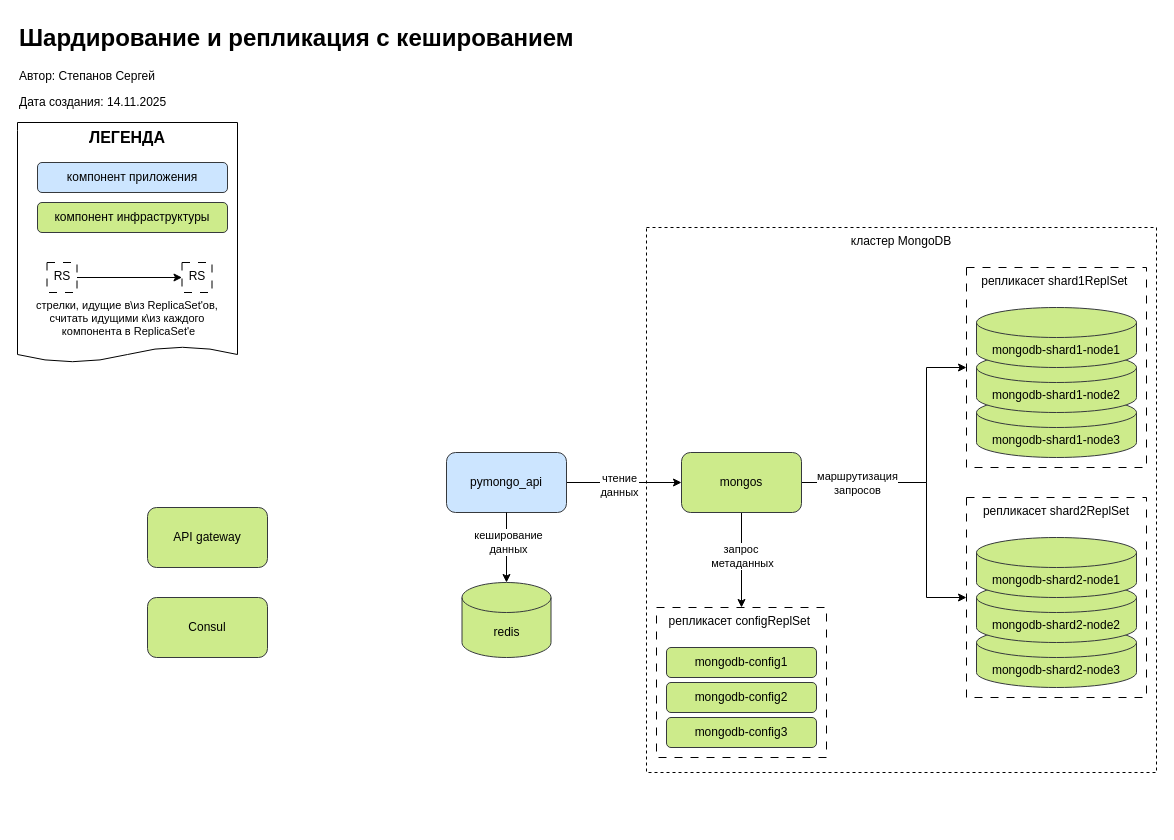
The draw.io diagram page "api_gateway" (4 of 5) of bf_sharding.drawio in MorKaragh/drawings, before the edit. Source tidied: cells renumbered, new cells numbered last; positions are measured from the earlier drawing's top-left corner, leaving out a move shared by most shapes. Both pictures are drawn from the tidied source at 100%, with x=0, y=0 at pixel (17, 17).
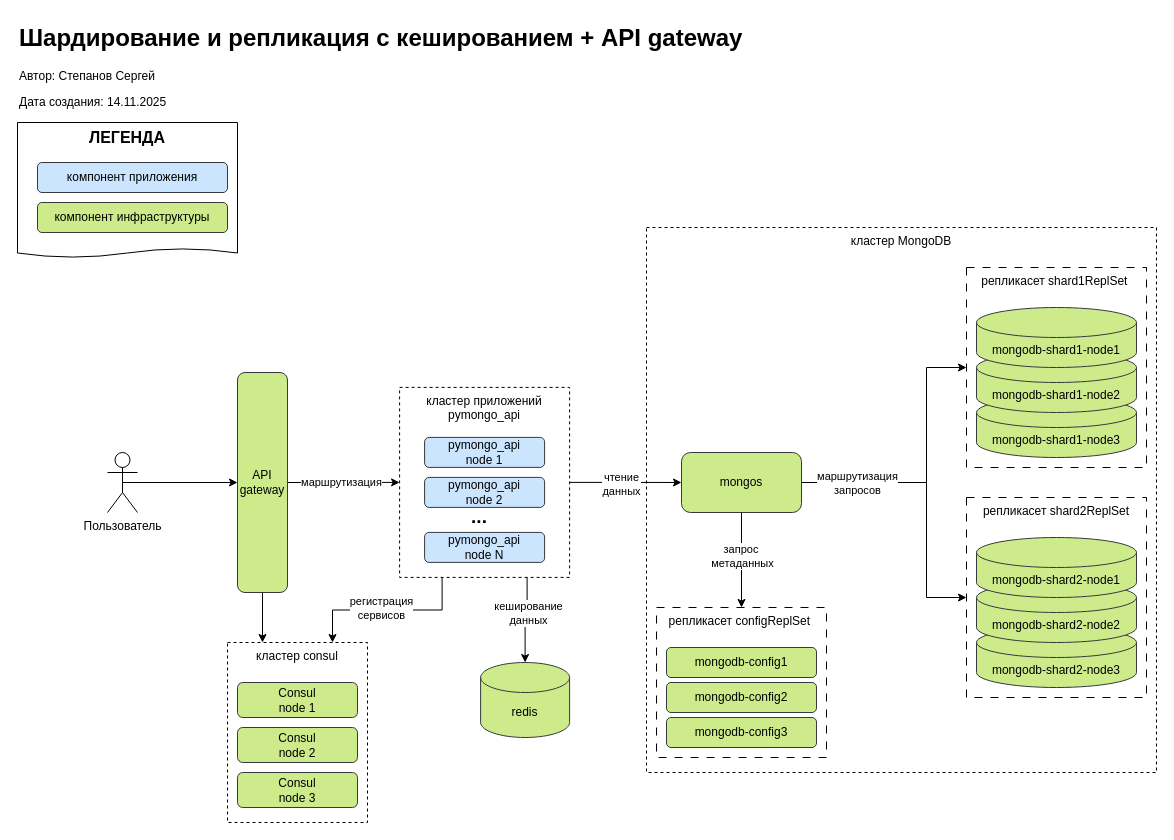
The same diagram, later.

Unchanged cells that the change refers to:
```xml
<mxCell id="22" value="mongos" style="rounded=1;whiteSpace=wrap;html=1;fillColor=#cdeb8b;strokeColor=#36393d;" parent="1" vertex="1">
  <mxGeometry x="664" y="435" width="120" height="60" as="geometry" />
</mxCell>
```

What changed in the source:
```diff
@@
+    <mxCell id="38" value="кластер consul" style="rounded=0;whiteSpace=wrap;html=1;verticalAlign=top;dashed=1;" parent="1" vertex="1">
+      <mxGeometry x="210" y="625" width="140" height="180" as="geometry" />
+    </mxCell>
+    <mxCell id="39" style="edgeStyle=orthogonalEdgeStyle;rounded=0;jettySize=auto;html=1;exitX=0.25;exitY=1;exitDx=0;exitDy=0;entryX=0.75;entryY=0;entryDx=0;entryDy=0;" parent="1" edge="1" source="41" target="38">
+      <mxGeometry relative="1" as="geometry" />
+    </mxCell>
+    <mxCell id="40" value="регистрация&lt;div&gt;сервисов&lt;/div&gt;" style="edgeLabel;html=1;align=center;verticalAlign=middle;" parent="39" vertex="1">
+      <mxGeometry x="0.08" y="-2" relative="1" as="geometry" />
+    </mxCell>
+    <mxCell id="41" value="кластер приложений pymongo_api" style="rounded=0;whiteSpace=wrap;html=1;verticalAlign=top;dashed=1;" parent="1" vertex="1">
+      <mxGeometry x="382.1" y="369.9" width="170" height="190" as="geometry" />
+    </mxCell>
@@
-    <mxCell id="3" style="edgeStyle=orthogonalEdgeStyle;rounded=0;jettySize=auto;html=1;exitX=1;exitY=0.5;exitDx=0;exitDy=0;entryX=0;entryY=0.5;entryDx=0;entryDy=0;" parent="1" edge="1" source="5" target="22">
+    <mxCell id="3" style="edgeStyle=orthogonalEdgeStyle;rounded=0;jettySize=auto;html=1;exitX=1;exitY=0.5;exitDx=0;exitDy=0;entryX=0;entryY=0.5;entryDx=0;entryDy=0;" parent="1" edge="1" source="41" target="22">
       <mxGeometry relative="1" as="geometry" />
     </mxCell>
@@
-    <mxCell id="5" value="pymongo_api" style="rounded=1;whiteSpace=wrap;html=1;fillColor=#cce5ff;strokeColor=#36393d;" parent="1" vertex="1">
-      <mxGeometry x="429" y="435" width="120" height="60" as="geometry" />
+    <mxCell id="5" value="pymongo_api&lt;div&gt;node 2&lt;/div&gt;" style="rounded=1;whiteSpace=wrap;html=1;fillColor=#cce5ff;strokeColor=#36393d;" parent="1" vertex="1">
+      <mxGeometry x="407.1" y="459.9" width="120" height="30" as="geometry" />
     </mxCell>
@@
     <mxCell id="24" value="redis" style="shape=cylinder3;whiteSpace=wrap;html=1;boundedLbl=1;backgroundOutline=1;size=15;fillColor=#cdeb8b;strokeColor=#36393d;" parent="1" vertex="1">
-      <mxGeometry x="444.5" y="565" width="89" height="75" as="geometry" />
+      <mxGeometry x="463.1" y="645" width="89" height="75" as="geometry" />
     </mxCell>
-    <mxCell id="25" style="edgeStyle=orthogonalEdgeStyle;rounded=0;jettySize=auto;html=1;exitX=0.5;exitY=1;exitDx=0;exitDy=0;entryX=0.5;entryY=0;entryDx=0;entryDy=0;entryPerimeter=0;" parent="1" edge="1" source="5" target="24">
+    <mxCell id="25" style="edgeStyle=orthogonalEdgeStyle;rounded=0;jettySize=auto;html=1;exitX=0.75;exitY=1;exitDx=0;exitDy=0;entryX=0.5;entryY=0;entryDx=0;entryDy=0;entryPerimeter=0;" parent="1" edge="1" source="41" target="24">
       <mxGeometry relative="1" as="geometry" />
     </mxCell>
@@
-    <mxCell id="27" value="&lt;h1 style=&quot;margin-top: 0px;&quot;&gt;Шардирование и репликация с кешированием&lt;/h1&gt;&lt;p&gt;Автор: Степанов Сергей&lt;/p&gt;&lt;p&gt;Дата создания: 14.11.2025&lt;/p&gt;" style="text;html=1;whiteSpace=wrap;overflow=hidden;rounded=0;" parent="1" vertex="1">
-      <mxGeometry width="570" height="120" as="geometry" />
+    <mxCell id="27" value="&lt;h1 style=&quot;margin-top: 0px;&quot;&gt;Шардирование и репликация с кешированием + API gateway&lt;/h1&gt;&lt;p&gt;Автор: Степанов Сергей&lt;/p&gt;&lt;p&gt;Дата создания: 14.11.2025&lt;/p&gt;" style="text;html=1;whiteSpace=wrap;overflow=hidden;rounded=0;" parent="1" vertex="1">
+      <mxGeometry width="740" height="120" as="geometry" />
     </mxCell>
     <mxCell id="28" style="shape=document;whiteSpace=wrap;html=1;boundedLbl=1;size=0.06666666666666667;" parent="1" vertex="1">
-      <mxGeometry y="105" width="220" height="240" as="geometry" />
+      <mxGeometry y="105" width="220" height="135" as="geometry" />
     </mxCell>
@@
+    <mxCell id="42" style="edgeStyle=orthogonalEdgeStyle;rounded=0;jettySize=auto;html=1;exitX=1;exitY=0.5;exitDx=0;exitDy=0;entryX=0;entryY=0.5;entryDx=0;entryDy=0;" parent="1" edge="1" source="32" target="41">
+      <mxGeometry relative="1" as="geometry" />
+    </mxCell>
+    <mxCell id="43" value="маршрутизация" style="edgeLabel;html=1;align=center;verticalAlign=middle;" parent="42" vertex="1">
+      <mxGeometry x="-0.05" y="1" relative="1" as="geometry" />
+    </mxCell>
+    <mxCell id="44" style="edgeStyle=orthogonalEdgeStyle;rounded=0;jettySize=auto;html=1;exitX=0.5;exitY=1;exitDx=0;exitDy=0;entryX=0.25;entryY=0;entryDx=0;entryDy=0;" parent="1" edge="1" source="32" target="38">
+      <mxGeometry relative="1" as="geometry" />
+    </mxCell>
     <mxCell id="32" value="API gateway" style="rounded=1;whiteSpace=wrap;html=1;fillColor=#cdeb8b;strokeColor=#36393d;" parent="1" vertex="1">
-      <mxGeometry x="130" y="490" width="120" height="60" as="geometry" />
+      <mxGeometry x="220" y="355" width="50" height="220" as="geometry" />
     </mxCell>
-    <mxCell id="33" value="Consul" style="rounded=1;whiteSpace=wrap;html=1;fillColor=#cdeb8b;strokeColor=#36393d;" parent="1" vertex="1">
-      <mxGeometry x="130" y="580" width="120" height="60" as="geometry" />
+    <mxCell id="33" value="Consul&lt;div&gt;node 1&lt;/div&gt;" style="rounded=1;whiteSpace=wrap;html=1;fillColor=#cdeb8b;strokeColor=#36393d;" parent="1" vertex="1">
+      <mxGeometry x="220" y="665" width="120" height="35" as="geometry" />
     </mxCell>
-    <mxCell id="34" style="edgeStyle=orthogonalEdgeStyle;rounded=0;jettySize=auto;html=1;exitX=1;exitY=0.5;exitDx=0;exitDy=0;entryX=0;entryY=0.5;entryDx=0;entryDy=0;" parent="1" edge="1" source="36" target="37">
-      <mxGeometry relative="1" as="geometry" />
-    </mxCell>
-    <mxCell id="35" value="стрелки,&amp;nbsp;&lt;span style=&quot;background-color: light-dark(#ffffff, var(--ge-dark-color, #121212)); color: light-dark(rgb(0, 0, 0), rgb(255, 255, 255));&quot;&gt;идущие в\из ReplicaSet'ов,&amp;nbsp;&lt;/span&gt;&lt;div&gt;&lt;span style=&quot;background-color: light-dark(#ffffff, var(--ge-dark-color, #121212)); color: light-dark(rgb(0, 0, 0), rgb(255, 255, 255));&quot;&gt;считать идущими к\из каждого&amp;nbsp;&lt;/span&gt;&lt;/div&gt;&lt;div&gt;&lt;span style=&quot;background-color: light-dark(#ffffff, var(--ge-dark-color, #121212)); color: light-dark(rgb(0, 0, 0), rgb(255, 255, 255));&quot;&gt;компонента в ReplicaSet'е&lt;/span&gt;&lt;/div&gt;" style="edgeLabel;html=1;align=center;verticalAlign=middle;" parent="34" vertex="1">
-      <mxGeometry x="-0.09" y="-2" relative="1" as="geometry">
-        <mxPoint x="3" y="38" as="offset" />
-      </mxGeometry>
-    </mxCell>
-    <mxCell id="36" value="RS" style="rounded=0;whiteSpace=wrap;html=1;verticalAlign=top;dashed=1;dashPattern=8 8;" parent="1" vertex="1">
-      <mxGeometry x="29.5" y="245" width="30" height="30" as="geometry" />
-    </mxCell>
-    <mxCell id="37" value="RS" style="rounded=0;whiteSpace=wrap;html=1;verticalAlign=top;dashed=1;dashPattern=8 8;" parent="1" vertex="1">
-      <mxGeometry x="164.5" y="245" width="30" height="30" as="geometry" />
-    </mxCell>
+    <mxCell id="45" value="pymongo_api&lt;div&gt;node 1&lt;/div&gt;" style="rounded=1;whiteSpace=wrap;html=1;fillColor=#cce5ff;strokeColor=#36393d;" parent="1" vertex="1">
+      <mxGeometry x="407.1" y="419.9" width="120" height="30" as="geometry" />
+    </mxCell>
+    <mxCell id="46" value="pymongo_api&lt;div&gt;node N&lt;/div&gt;" style="rounded=1;whiteSpace=wrap;html=1;fillColor=#cce5ff;strokeColor=#36393d;" parent="1" vertex="1">
+      <mxGeometry x="407.1" y="514.9" width="120" height="30" as="geometry" />
+    </mxCell>
+    <mxCell id="47" value="&lt;font style=&quot;font-size: 19px;&quot;&gt;...&lt;/font&gt;" style="text;html=1;whiteSpace=wrap;strokeColor=none;fillColor=none;align=center;verticalAlign=middle;rounded=0;fontStyle=1;" parent="1" vertex="1">
+      <mxGeometry x="432.1" y="489.9" width="60" height="20" as="geometry" />
+    </mxCell>
+    <mxCell id="48" value="Consul&lt;div&gt;node 2&lt;/div&gt;" style="rounded=1;whiteSpace=wrap;html=1;fillColor=#cdeb8b;strokeColor=#36393d;" parent="1" vertex="1">
+      <mxGeometry x="220" y="710" width="120" height="35" as="geometry" />
+    </mxCell>
+    <mxCell id="49" value="Consul&lt;div&gt;node 3&lt;/div&gt;" style="rounded=1;whiteSpace=wrap;html=1;fillColor=#cdeb8b;strokeColor=#36393d;" parent="1" vertex="1">
+      <mxGeometry x="220" y="755" width="120" height="35" as="geometry" />
+    </mxCell>
+    <mxCell id="50" style="edgeStyle=orthogonalEdgeStyle;rounded=0;jettySize=auto;html=1;exitX=0.5;exitY=0.5;exitDx=0;exitDy=0;exitPerimeter=0;entryX=0;entryY=0.5;entryDx=0;entryDy=0;" parent="1" edge="1" source="51" target="32">
+      <mxGeometry relative="1" as="geometry" />
+    </mxCell>
+    <mxCell id="51" value="Пользователь" style="shape=umlActor;verticalLabelPosition=bottom;verticalAlign=top;html=1;outlineConnect=0;" parent="1" vertex="1">
+      <mxGeometry x="90" y="435" width="30" height="60" as="geometry" />
+    </mxCell>
```
